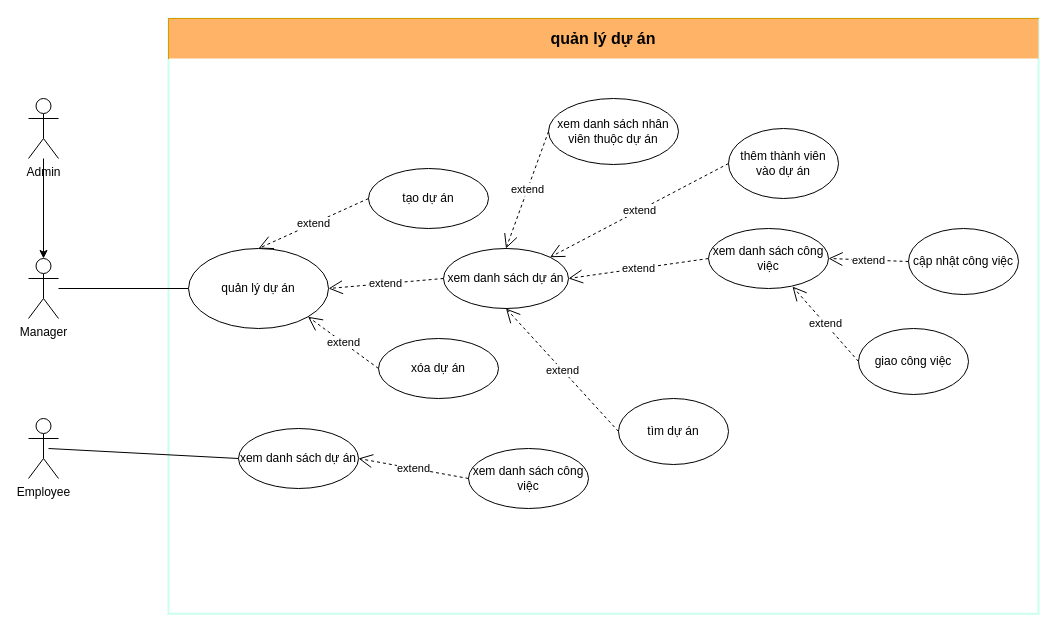
The draw.io diagram QuanLyDuAn.drawio in hoangda24312/Group4-DesigningSystem, before the edit. Source tidied: cells renumbered, new cells numbered last; positions are measured from the earlier drawing's top-left corner, leaving out a move shared by most shapes. Both pictures are drawn from the tidied source at 100%, with x=0, y=0 at pixel (28, 18).
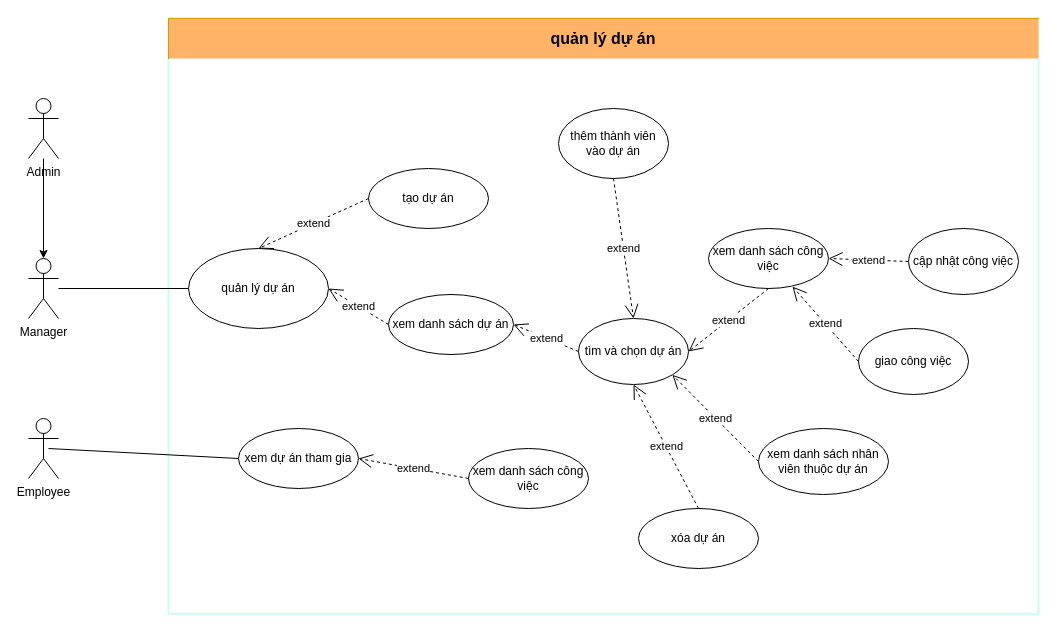
The same page after the edit.

The change refers to these unchanged cells:
```xml
<mxCell id="8" value="quản lý dự án" style="ellipse;whiteSpace=wrap;html=1;" parent="1" vertex="1">
  <mxGeometry x="160" y="230" width="140" height="80" as="geometry" />
</mxCell>
<mxCell id="27" value="xem danh sách công việc" style="ellipse;whiteSpace=wrap;html=1;" parent="1" vertex="1">
  <mxGeometry x="680" y="210" width="120" height="60" as="geometry" />
</mxCell>
```

Diff of the diagram source:
```diff
@@
     <mxCell id="9" value="xem danh sách dự án" style="ellipse;whiteSpace=wrap;html=1;" parent="1" vertex="1">
-      <mxGeometry x="415" y="230" width="125" height="60" as="geometry" />
+      <mxGeometry x="360" y="276" width="125" height="60" as="geometry" />
     </mxCell>
-    <mxCell id="10" value="xem danh sách dự án" style="ellipse;whiteSpace=wrap;html=1;" parent="1" vertex="1">
+    <mxCell id="10" value="xem dự án tham gia" style="ellipse;whiteSpace=wrap;html=1;" parent="1" vertex="1">
       <mxGeometry x="210" y="410" width="120" height="60" as="geometry" />
     </mxCell>
@@
     <mxCell id="18" value="xóa dự án" style="ellipse;whiteSpace=wrap;html=1;" parent="1" vertex="1">
-      <mxGeometry x="350" y="320" width="120" height="60" as="geometry" />
+      <mxGeometry x="610" y="490" width="120" height="60" as="geometry" />
     </mxCell>
-    <mxCell id="19" value="extend" style="endArrow=open;endSize=12;dashed=1;html=1;exitX=0;exitY=0.5;exitDx=0;exitDy=0;entryX=1;entryY=1;entryDx=0;entryDy=0;" parent="1" edge="1" source="18" target="8">
+    <mxCell id="19" value="extend" style="endArrow=open;endSize=12;dashed=1;html=1;exitX=0.5;exitY=0;exitDx=0;exitDy=0;entryX=0.5;entryY=1;entryDx=0;entryDy=0;" parent="1" edge="1" source="18" target="25">
       <mxGeometry relative="1" as="geometry" />
     </mxCell>
     <mxCell id="20" value="thêm thành viên vào dự án" style="ellipse;whiteSpace=wrap;html=1;" parent="1" vertex="1">
-      <mxGeometry x="700" y="110" width="110" height="70" as="geometry" />
+      <mxGeometry x="530" y="90" width="110" height="70" as="geometry" />
     </mxCell>
@@
-    <mxCell id="22" value="extend" style="endArrow=open;endSize=12;dashed=1;html=1;exitX=0;exitY=0.5;exitDx=0;exitDy=0;entryX=1;entryY=0;entryDx=0;entryDy=0;" parent="1" edge="1" source="20" target="9">
+    <mxCell id="22" value="extend" style="endArrow=open;endSize=12;dashed=1;html=1;exitX=0.5;exitY=1;exitDx=0;exitDy=0;entryX=0.5;entryY=0;entryDx=0;entryDy=0;" parent="1" edge="1" source="20" target="25">
       <mxGeometry relative="1" as="geometry" />
     </mxCell>
@@
-    <mxCell id="25" value="tìm dự án" style="ellipse;whiteSpace=wrap;html=1;" parent="1" vertex="1">
-      <mxGeometry x="590" y="380" width="110" height="66" as="geometry" />
+    <mxCell id="25" value="tìm và chọn dự án" style="ellipse;whiteSpace=wrap;html=1;" parent="1" vertex="1">
+      <mxGeometry x="550" y="300" width="110" height="66" as="geometry" />
     </mxCell>
-    <mxCell id="26" value="extend" style="endArrow=open;endSize=12;dashed=1;html=1;exitX=0;exitY=0.5;exitDx=0;exitDy=0;entryX=0.5;entryY=1;entryDx=0;entryDy=0;" parent="1" edge="1" source="25" target="9">
+    <mxCell id="26" value="extend" style="endArrow=open;endSize=12;dashed=1;html=1;exitX=0;exitY=0.5;exitDx=0;exitDy=0;entryX=1;entryY=0.5;entryDx=0;entryDy=0;" parent="1" edge="1" source="25" target="9">
       <mxGeometry relative="1" as="geometry" />
     </mxCell>
@@
-    <mxCell id="29" value="extend" style="endArrow=open;endSize=12;dashed=1;html=1;exitX=0;exitY=0.5;exitDx=0;exitDy=0;entryX=1;entryY=0.5;entryDx=0;entryDy=0;" parent="1" edge="1" source="27" target="9">
+    <mxCell id="29" value="extend" style="endArrow=open;endSize=12;dashed=1;html=1;exitX=0.5;exitY=1;exitDx=0;exitDy=0;entryX=1;entryY=0.5;entryDx=0;entryDy=0;" parent="1" edge="1" source="27" target="25">
       <mxGeometry relative="1" as="geometry" />
     </mxCell>
     <mxCell id="30" value="xem danh sách nhân viên thuộc dự án" style="ellipse;whiteSpace=wrap;html=1;" parent="1" vertex="1">
-      <mxGeometry x="520" y="80" width="130" height="66" as="geometry" />
+      <mxGeometry x="730" y="410" width="130" height="66" as="geometry" />
     </mxCell>
-    <mxCell id="31" value="extend" style="endArrow=open;endSize=12;dashed=1;html=1;exitX=0;exitY=0.5;exitDx=0;exitDy=0;entryX=0.5;entryY=0;entryDx=0;entryDy=0;" parent="1" edge="1" source="30" target="9">
+    <mxCell id="31" value="extend" style="endArrow=open;endSize=12;dashed=1;html=1;exitX=0;exitY=0.5;exitDx=0;exitDy=0;entryX=1;entryY=1;entryDx=0;entryDy=0;" parent="1" edge="1" source="30" target="25">
       <mxGeometry relative="1" as="geometry" />
     </mxCell>
```
